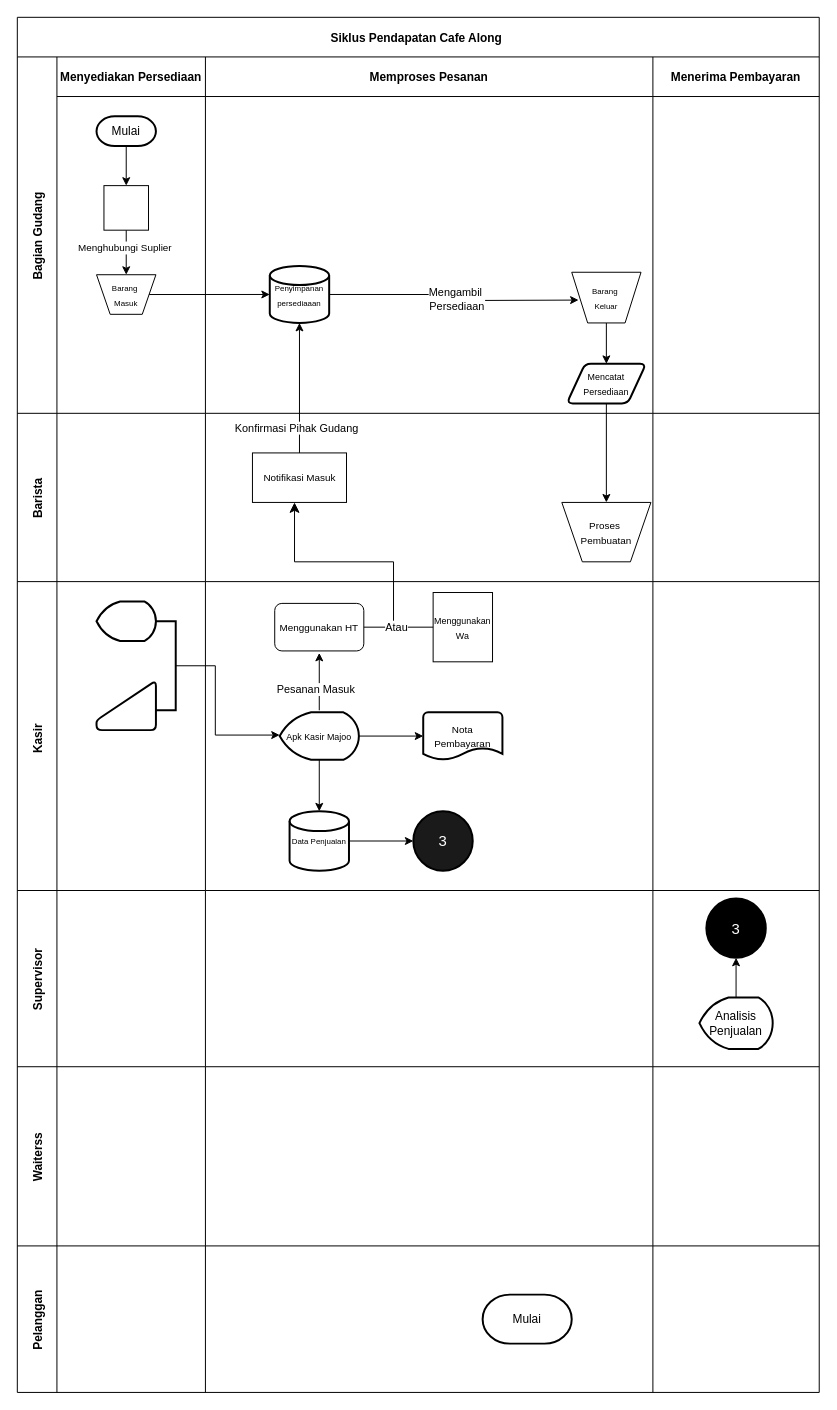
Earlier version of the draw.io diagram Tugas Uas .drawio (zolqifli/-belajar-data-science). Source tidied: cells renumbered, new cells numbered last; positions are measured from the earlier drawing's top-left corner, leaving out a move shared by most shapes. Both pictures are drawn from the tidied source at 99%, with x=0, y=0 at pixel (17, 17).
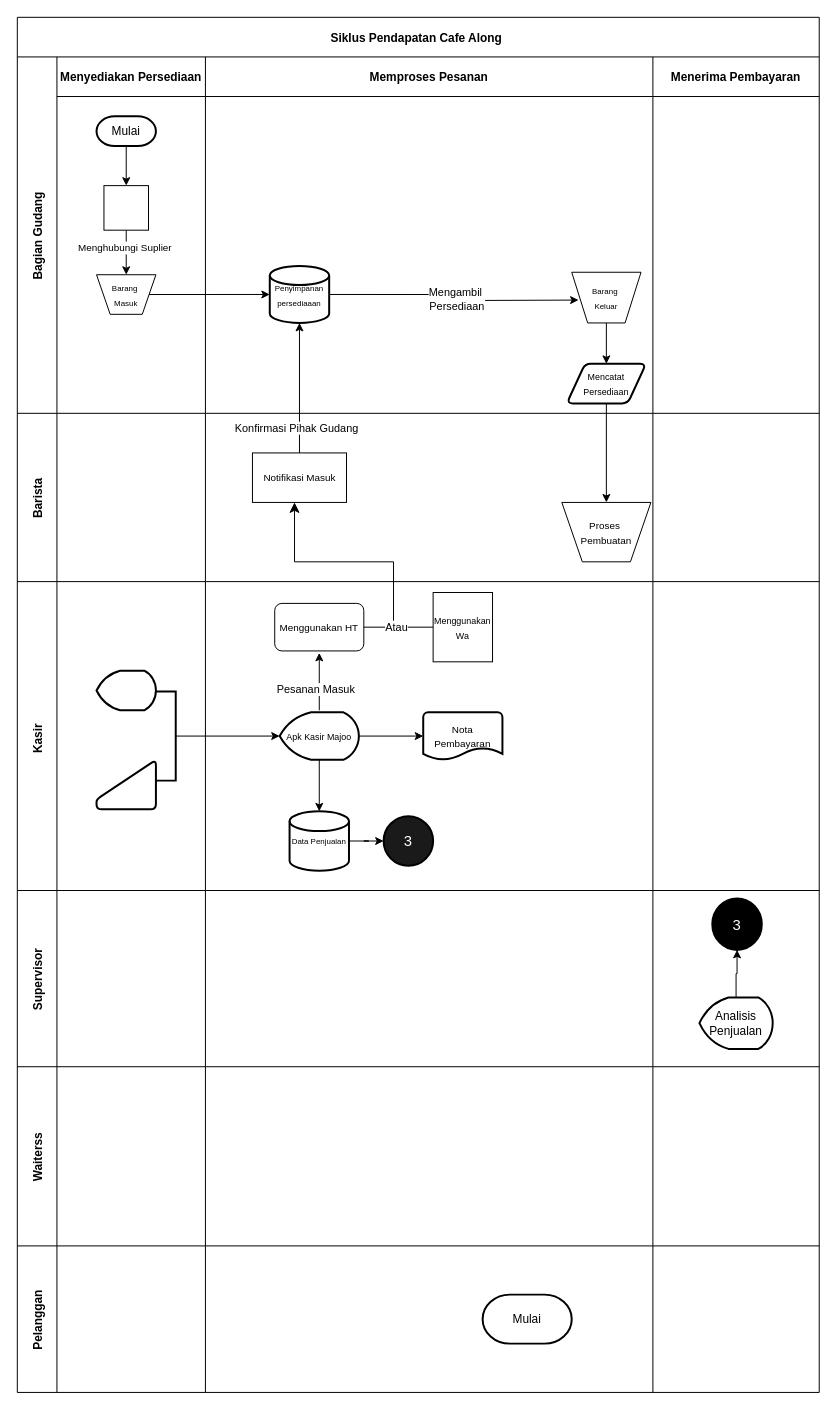
After the change.

The change refers to these unchanged cells:
```xml
<mxCell id="27" value="Kasir " style="shape=tableRow;horizontal=0;swimlaneHead=0;swimlaneBody=0;top=0;left=0;bottom=0;right=0;fillColor=none;startSize=40;fontStyle=1;" parent="2" vertex="1">
  <mxGeometry y="570" width="810" height="312" as="geometry" />
</mxCell>
<mxCell id="28" style="swimlane;swimlaneHead=0;swimlaneBody=0;fillColor=none;startSize=0;fontStyle=1;" parent="27" vertex="1">
  <mxGeometry x="40" width="150" height="312" as="geometry" />
</mxCell>
<mxCell id="32" style="swimlane;swimlaneHead=0;swimlaneBody=0;fillColor=none;startSize=0;fontStyle=1;" parent="27" vertex="1">
  <mxGeometry x="190" width="452" height="312" as="geometry" />
</mxCell>
<mxCell id="39" value="&lt;font style=&quot;font-size: 9px;&quot;&gt;Apk Kasir Majoo&lt;/font&gt;" style="strokeWidth=2;html=1;shape=mxgraph.flowchart.display;whiteSpace=wrap;" parent="32" vertex="1">
  <mxGeometry x="75" y="132" width="80" height="48" as="geometry" />
</mxCell>
<mxCell id="51" style="swimlane;swimlaneHead=0;swimlaneBody=0;fillColor=none;startSize=0;fontStyle=1;" parent="48" vertex="1">
  <mxGeometry x="642" width="168" height="178" as="geometry" />
</mxCell>
```

Diff of the diagram source:
```diff
@@
     <mxCell id="29" style="strokeWidth=2;html=1;shape=mxgraph.flowchart.display;whiteSpace=wrap;" parent="28" vertex="1">
-      <mxGeometry x="40" y="20" width="60" height="40" as="geometry" />
+      <mxGeometry x="40" y="90" width="60" height="40" as="geometry" />
     </mxCell>
     <mxCell id="30" style="html=1;strokeWidth=2;shape=manualInput;whiteSpace=wrap;rounded=1;size=40;arcSize=11;" parent="28" vertex="1">
-      <mxGeometry x="40" y="100" width="60" height="50" as="geometry" />
+      <mxGeometry x="40" y="180" width="60" height="50" as="geometry" />
     </mxCell>
     <mxCell id="31" style="strokeWidth=2;html=1;shape=mxgraph.flowchart.annotation_1;align=left;rotation=-180;" parent="28" vertex="1">
-      <mxGeometry x="100" y="40" width="20" height="90" as="geometry" />
+      <mxGeometry x="100" y="111" width="20" height="90" as="geometry" />
     </mxCell>
@@
     <mxCell id="45" value="&lt;font style=&quot;font-size: 15px; background-color: rgb(26, 26, 26);&quot; color=&quot;#ffffff&quot;&gt;3&lt;/font&gt;" style="strokeWidth=2;html=1;shape=mxgraph.flowchart.start_2;whiteSpace=wrap;fillColor=#1A1A1A;" parent="32" vertex="1">
-      <mxGeometry x="210" y="232" width="60" height="60" as="geometry" />
+      <mxGeometry x="180" y="237" width="50" height="50" as="geometry" />
     </mxCell>
@@
-    <mxCell id="47" style="edgeStyle=orthogonalEdgeStyle;rounded=0;jettySize=auto;html=1;exitX=0;exitY=0.5;exitDx=0;exitDy=0;exitPerimeter=0;entryX=0;entryY=0.5;entryDx=0;entryDy=0;" parent="27" edge="1" source="31">
-      <mxGeometry relative="1" as="geometry">
-        <mxPoint x="265" y="155" as="targetPoint" />
-        <Array as="points">
-          <mxPoint x="200" y="85" />
-          <mxPoint x="200" y="155" />
-        </Array>
-      </mxGeometry>
-    </mxCell>
+    <mxCell id="67" style="edgeStyle=orthogonalEdgeStyle;rounded=0;jettySize=auto;html=1;exitX=0;exitY=0.5;exitDx=0;exitDy=0;exitPerimeter=0;entryX=0;entryY=0.5;entryDx=0;entryDy=0;entryPerimeter=0;" parent="27" edge="1" source="31" target="39">
+      <mxGeometry relative="1" as="geometry" />
+    </mxCell>
@@
     <mxCell id="54" value="&lt;font style=&quot;font-size: 15px;&quot; color=&quot;#ffffff&quot;&gt;3&lt;/font&gt;" style="strokeWidth=2;html=1;shape=mxgraph.flowchart.start_2;whiteSpace=wrap;fillColor=#000000;" parent="51" vertex="1">
-      <mxGeometry x="54" y="8" width="60" height="60" as="geometry" />
+      <mxGeometry x="60" y="8" width="50" height="52" as="geometry" />
     </mxCell>
```
